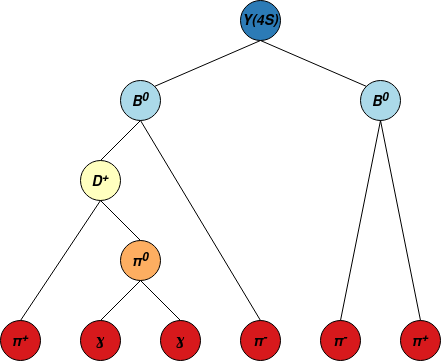
Earlier version of the draw.io export analysis/doc/figs/decay_tree.png (belle2/basf2). Source tidied: cells renumbered, new cells last; positions are measured from the earlier drawing's top-left corner, leaving out a move shared by most shapes.
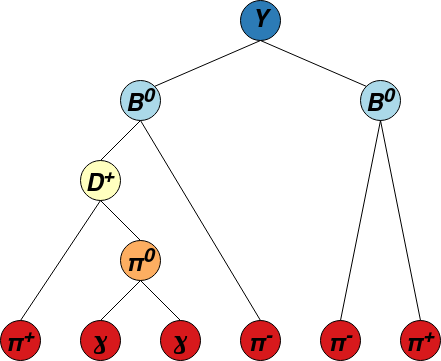
After the commit.

Change to the diagram source:
```diff
@@ -2,13 +2,13 @@
   <root>
     <mxCell id="0" />
     <mxCell id="1" parent="0" />
-    <mxCell id="2" value="&lt;i&gt;&lt;b&gt;&lt;font style=&quot;font-size: 14px;&quot;&gt;Y(4S)&lt;/font&gt;&lt;/b&gt;&lt;/i&gt;" style="ellipse;whiteSpace=wrap;html=1;fillColor=#2c7bb6;" parent="1" vertex="1">
+    <mxCell id="2" value="&lt;font style=&quot;font-size: 24px;&quot;&gt;&lt;i&gt;&lt;b&gt;&lt;font style=&quot;font-size: 24px;&quot;&gt;Y&lt;/font&gt;&lt;/b&gt;&lt;/i&gt;&lt;/font&gt;" style="ellipse;whiteSpace=wrap;html=1;fillColor=#2c7bb6;" parent="1" vertex="1">
       <mxGeometry x="240" width="40" height="40" as="geometry" />
     </mxCell>
-    <mxCell id="3" value="&lt;i&gt;&lt;font style=&quot;font-size: 14px;&quot;&gt;&lt;b&gt;B&lt;sup&gt;0&lt;/sup&gt;&lt;/b&gt;&lt;/font&gt;&lt;/i&gt;" style="ellipse;whiteSpace=wrap;html=1;fillColor=#abd9e9;" parent="1" vertex="1">
+    <mxCell id="3" value="&lt;font style=&quot;font-size: 15px;&quot;&gt;&lt;i&gt;&lt;font style=&quot;font-size: 24px;&quot;&gt;&lt;b&gt;B&lt;sup&gt;0&lt;/sup&gt;&lt;/b&gt;&lt;/font&gt;&lt;/i&gt;&lt;/font&gt;" style="ellipse;whiteSpace=wrap;html=1;fillColor=#abd9e9;" parent="1" vertex="1">
       <mxGeometry x="120" y="80" width="40" height="40" as="geometry" />
     </mxCell>
-    <mxCell id="4" value="&lt;i&gt;&lt;font style=&quot;font-size: 14px;&quot;&gt;&lt;b&gt;B&lt;sup&gt;0&lt;/sup&gt;&lt;/b&gt;&lt;/font&gt;&lt;/i&gt;" style="ellipse;whiteSpace=wrap;html=1;fillColor=#abd9e9;" parent="1" vertex="1">
+    <mxCell id="4" value="&lt;font style=&quot;font-size: 15px;&quot;&gt;&lt;i&gt;&lt;font style=&quot;font-size: 24px;&quot;&gt;&lt;b&gt;B&lt;sup&gt;0&lt;/sup&gt;&lt;/b&gt;&lt;/font&gt;&lt;/i&gt;&lt;/font&gt;" style="ellipse;whiteSpace=wrap;html=1;fillColor=#abd9e9;" parent="1" vertex="1">
       <mxGeometry x="360" y="80" width="40" height="40" as="geometry" />
     </mxCell>
     <mxCell id="5" style="endArrow=none;html=1;rounded=0;entryX=0.5;entryY=1;entryDx=0;entryDy=0;exitX=1;exitY=0;exitDx=0;exitDy=0;" parent="1" edge="1" source="3" target="2">
@@ -17,10 +17,10 @@
     <mxCell id="6" style="endArrow=none;html=1;rounded=0;entryX=0.5;entryY=1;entryDx=0;entryDy=0;exitX=0;exitY=0;exitDx=0;exitDy=0;" parent="1" edge="1" source="4" target="2">
       <mxGeometry relative="1" as="geometry" />
     </mxCell>
-    <mxCell id="7" value="&lt;i&gt;&lt;font size=&quot;1&quot;&gt;&lt;span style=&quot;font-size: 14px;&quot; class=&quot;texhtml mvar&quot;&gt;&lt;b&gt;π&lt;sup&gt;-&lt;/sup&gt;&lt;/b&gt;&lt;/span&gt;&lt;/font&gt;&lt;/i&gt;" style="ellipse;whiteSpace=wrap;html=1;fillColor=#d7191c;" parent="1" vertex="1">
+    <mxCell id="7" value="&lt;font style=&quot;font-size: 15px;&quot;&gt;&lt;i&gt;&lt;span style=&quot;font-size: 24px;&quot; class=&quot;texhtml mvar&quot;&gt;&lt;b&gt;π&lt;sup&gt;-&lt;/sup&gt;&lt;/b&gt;&lt;/span&gt;&lt;/i&gt;&lt;/font&gt;" style="ellipse;whiteSpace=wrap;html=1;fillColor=#d7191c;" parent="1" vertex="1">
       <mxGeometry x="320" y="320" width="40" height="40" as="geometry" />
     </mxCell>
-    <mxCell id="8" value="&lt;i&gt;&lt;font size=&quot;1&quot;&gt;&lt;span style=&quot;font-size: 14px;&quot; class=&quot;texhtml mvar&quot;&gt;&lt;b&gt;π&lt;sup&gt;+&lt;/sup&gt;&lt;/b&gt;&lt;/span&gt;&lt;/font&gt;&lt;/i&gt;" style="ellipse;whiteSpace=wrap;html=1;fillColor=#d7191c;" parent="1" vertex="1">
+    <mxCell id="8" value="&lt;font style=&quot;font-size: 15px;&quot;&gt;&lt;i&gt;&lt;span style=&quot;font-size: 24px;&quot; class=&quot;texhtml mvar&quot;&gt;&lt;b&gt;π&lt;sup&gt;+&lt;/sup&gt;&lt;/b&gt;&lt;/span&gt;&lt;/i&gt;&lt;/font&gt;" style="ellipse;whiteSpace=wrap;html=1;fillColor=#d7191c;" parent="1" vertex="1">
       <mxGeometry x="400" y="320" width="40" height="40" as="geometry" />
     </mxCell>
     <mxCell id="9" style="endArrow=none;html=1;rounded=0;entryX=0.5;entryY=1;entryDx=0;entryDy=0;exitX=0.5;exitY=0;exitDx=0;exitDy=0;" parent="1" edge="1" source="7" target="4">
@@ -29,10 +29,10 @@
     <mxCell id="10" style="endArrow=none;html=1;rounded=0;entryX=0.5;entryY=1;entryDx=0;entryDy=0;exitX=0.5;exitY=0;exitDx=0;exitDy=0;" parent="1" edge="1" source="8" target="4">
       <mxGeometry relative="1" as="geometry" />
     </mxCell>
-    <mxCell id="11" value="&lt;i&gt;&lt;font size=&quot;1&quot;&gt;&lt;span style=&quot;font-size: 14px;&quot; class=&quot;texhtml mvar&quot;&gt;&lt;b&gt;π&lt;sup&gt;-&lt;/sup&gt;&lt;/b&gt;&lt;/span&gt;&lt;/font&gt;&lt;/i&gt;" style="ellipse;whiteSpace=wrap;html=1;fillColor=#d7191c;" parent="1" vertex="1">
+    <mxCell id="11" value="&lt;font style=&quot;font-size: 15px;&quot;&gt;&lt;i&gt;&lt;span style=&quot;font-size: 24px;&quot; class=&quot;texhtml mvar&quot;&gt;&lt;b&gt;π&lt;sup&gt;-&lt;/sup&gt;&lt;/b&gt;&lt;/span&gt;&lt;/i&gt;&lt;/font&gt;" style="ellipse;whiteSpace=wrap;html=1;fillColor=#d7191c;" parent="1" vertex="1">
       <mxGeometry x="240" y="320" width="40" height="40" as="geometry" />
     </mxCell>
-    <mxCell id="12" value="&lt;i&gt;&lt;b&gt;&lt;font style=&quot;font-size: 14px;&quot;&gt;D&lt;sup&gt;+&lt;/sup&gt;&lt;/font&gt;&lt;/b&gt;&lt;/i&gt;" style="ellipse;whiteSpace=wrap;html=1;fillColor=#ffffbf;" parent="1" vertex="1">
+    <mxCell id="12" value="&lt;font style=&quot;font-size: 15px;&quot;&gt;&lt;i&gt;&lt;b style=&quot;font-size: 24px;&quot;&gt;&lt;font style=&quot;font-size: 24px;&quot;&gt;D&lt;sup&gt;+&lt;/sup&gt;&lt;/font&gt;&lt;/b&gt;&lt;/i&gt;&lt;/font&gt;" style="ellipse;whiteSpace=wrap;html=1;fillColor=#ffffbf;" parent="1" vertex="1">
       <mxGeometry x="80" y="160" width="40" height="40" as="geometry" />
     </mxCell>
     <mxCell id="13" style="endArrow=none;html=1;rounded=0;entryX=0.5;entryY=1;entryDx=0;entryDy=0;exitX=0.5;exitY=0;exitDx=0;exitDy=0;" parent="1" edge="1" source="12" target="3">
@@ -41,16 +41,16 @@
     <mxCell id="14" style="endArrow=none;html=1;rounded=0;entryX=0.5;entryY=1;entryDx=0;entryDy=0;exitX=0.5;exitY=0;exitDx=0;exitDy=0;" parent="1" edge="1" source="11" target="3">
       <mxGeometry relative="1" as="geometry" />
     </mxCell>
-    <mxCell id="15" value="&lt;i&gt;&lt;font size=&quot;1&quot;&gt;&lt;span style=&quot;font-size: 14px;&quot; class=&quot;texhtml mvar&quot;&gt;&lt;b&gt;π&lt;sup&gt;+&lt;/sup&gt;&lt;/b&gt;&lt;/span&gt;&lt;/font&gt;&lt;/i&gt;" style="ellipse;whiteSpace=wrap;html=1;fillColor=#d7191c;strokeColor=default;" parent="1" vertex="1">
+    <mxCell id="15" value="&lt;font style=&quot;font-size: 15px;&quot;&gt;&lt;i&gt;&lt;span style=&quot;font-size: 24px;&quot; class=&quot;texhtml mvar&quot;&gt;&lt;b&gt;π&lt;sup&gt;+&lt;/sup&gt;&lt;/b&gt;&lt;/span&gt;&lt;/i&gt;&lt;/font&gt;" style="ellipse;whiteSpace=wrap;html=1;fillColor=#d7191c;strokeColor=default;" parent="1" vertex="1">
       <mxGeometry y="320" width="40" height="40" as="geometry" />
     </mxCell>
-    <mxCell id="16" value="&lt;i&gt;&lt;font style=&quot;font-size: 14px;&quot;&gt;&lt;b&gt;π&lt;sup&gt;0&lt;/sup&gt;&lt;/b&gt;&lt;/font&gt;&lt;/i&gt;" style="ellipse;whiteSpace=wrap;html=1;fillColor=#fdae61;" parent="1" vertex="1">
+    <mxCell id="16" value="&lt;font style=&quot;font-size: 15px;&quot;&gt;&lt;i&gt;&lt;font style=&quot;font-size: 24px;&quot;&gt;&lt;b&gt;π&lt;sup&gt;0&lt;/sup&gt;&lt;/b&gt;&lt;/font&gt;&lt;/i&gt;&lt;/font&gt;" style="ellipse;whiteSpace=wrap;html=1;fillColor=#fdae61;" parent="1" vertex="1">
       <mxGeometry x="120" y="240" width="40" height="40" as="geometry" />
     </mxCell>
-    <mxCell id="17" value="&lt;i&gt;&lt;font style=&quot;font-size: 14px;&quot;&gt;&lt;b&gt;ɣ&lt;/b&gt;&lt;/font&gt;&lt;/i&gt;" style="ellipse;whiteSpace=wrap;html=1;fillColor=#d7191c;" parent="1" vertex="1">
+    <mxCell id="17" value="&lt;font size=&quot;1&quot;&gt;&lt;i&gt;&lt;font&gt;&lt;b style=&quot;font-size: 24px;&quot;&gt;ɣ&lt;/b&gt;&lt;/font&gt;&lt;/i&gt;&lt;/font&gt;" style="ellipse;whiteSpace=wrap;html=1;fillColor=#d7191c;" parent="1" vertex="1">
       <mxGeometry x="80" y="320" width="40" height="40" as="geometry" />
     </mxCell>
-    <mxCell id="18" value="&lt;i&gt;&lt;font style=&quot;font-size: 14px;&quot;&gt;&lt;b&gt;ɣ&lt;/b&gt;&lt;/font&gt;&lt;/i&gt;" style="ellipse;whiteSpace=wrap;html=1;fillColor=#d7191c;" parent="1" vertex="1">
+    <mxCell id="18" value="&lt;font size=&quot;1&quot;&gt;&lt;i&gt;&lt;font&gt;&lt;b style=&quot;font-size: 24px;&quot;&gt;ɣ&lt;/b&gt;&lt;/font&gt;&lt;/i&gt;&lt;/font&gt;" style="ellipse;whiteSpace=wrap;html=1;fillColor=#d7191c;" parent="1" vertex="1">
       <mxGeometry x="160" y="320" width="40" height="40" as="geometry" />
     </mxCell>
     <mxCell id="19" style="endArrow=none;html=1;rounded=0;entryX=0.5;entryY=1;entryDx=0;entryDy=0;exitX=0.5;exitY=0;exitDx=0;exitDy=0;" parent="1" edge="1" source="15" target="12">
```
